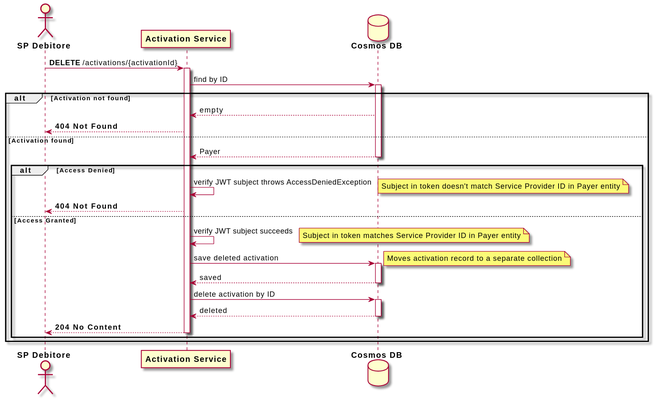
Before: diagrams/deactivation.svg, a diagram exported from PlantUML (pagopa/rtp-docs). The source it was exported from:
```plantuml
@startuml
skin rose
actor "**SP Debitore**" as SPD
participant "**Activation Service**" as AS
database "**Cosmos DB**" as DB

SPD -> AS++: **DELETE** /activations/{activationId}

AS -> DB: find by ID
activate DB

alt **Activation not found**
    DB --> AS: empty
    AS --> SPD: **404 Not Found**

else **Activation found**
    DB --> AS: Payer
    deactivate DB

    alt **Access Denied**
        AS -> AS: verify JWT subject throws AccessDeniedException
        note right: Subject in token doesn't match Service Provider ID in Payer entity
        AS --> SPD: **404 Not Found**

    else **Access Granted**
        AS -> AS: verify JWT subject succeeds
        note right: Subject in token matches Service Provider ID in Payer entity

        AS -> DB++: save deleted activation
        note right: Moves activation record to a separate collection

        return saved

        AS -> DB++: delete activation by ID
        return deleted

        AS --> SPD: **204 No Content**
        deactivate AS
    end
end
@enduml
```
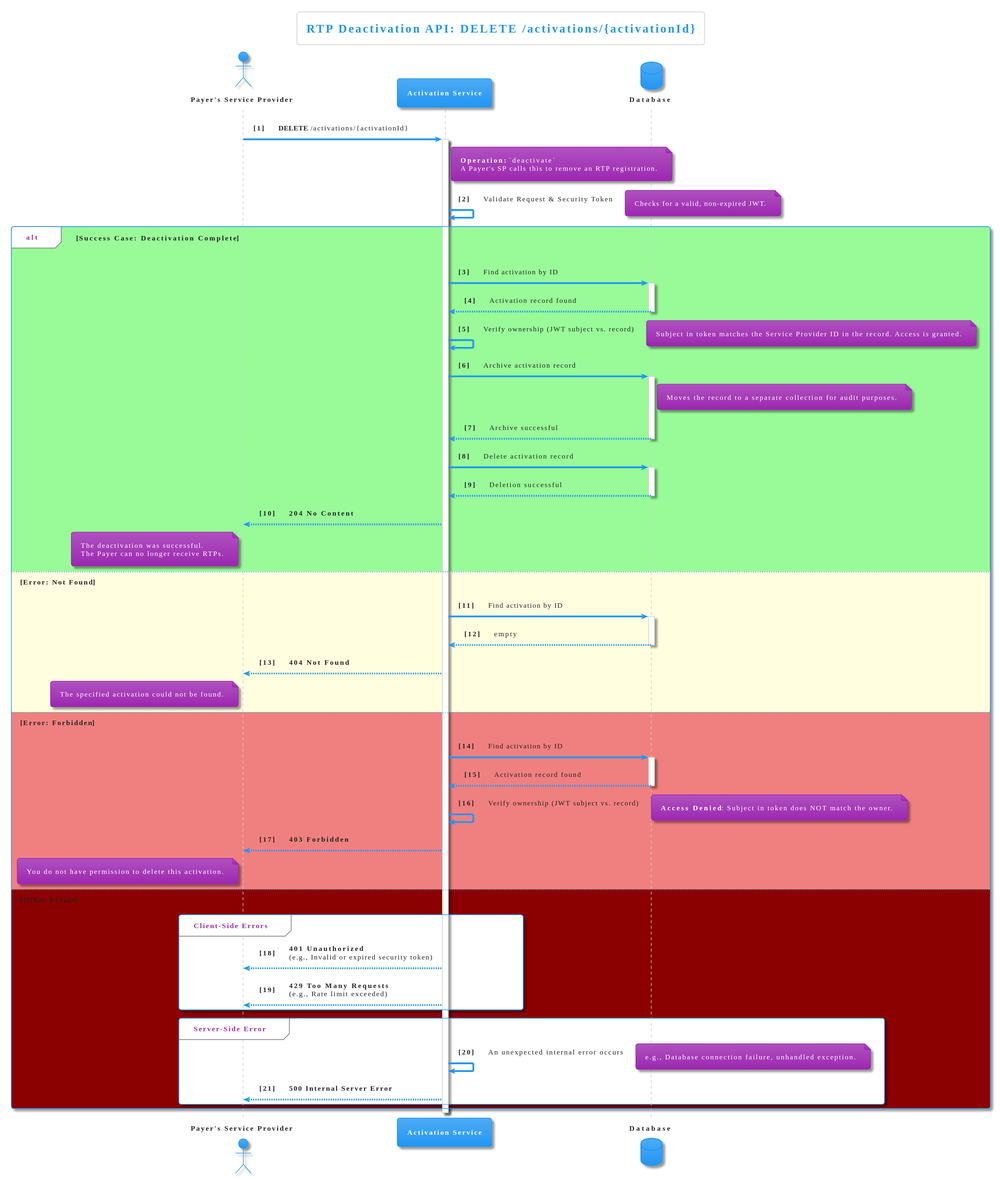
After the change.

Diff of the diagram source:
```diff
@@ -1,41 +1,90 @@
 @startuml
-skin rose
-actor "**SP Debitore**" as SPD
+
+!theme materia
+
+title RTP Deactivation API: DELETE /activations/{activationId}
+
+actor "**Payer's Service Provider**" as PSP
 participant "**Activation Service**" as AS
-database "**Cosmos DB**" as DB
+database "**Database**" as DB
 
-SPD -> AS++: **DELETE** /activations/{activationId}
+autonumber "<b>[0]"
 
-AS -> DB: find by ID
-activate DB
+PSP -> AS: **DELETE** /activations/{activationId}
+activate AS
 
-alt **Activation not found**
-    DB --> AS: empty
-    AS --> SPD: **404 Not Found**
+note right of AS
+  **Operation:** `deactivate`
+  A Payer's SP calls this to remove an RTP registration.
+end note
 
-else **Activation found**
-    DB --> AS: Payer
+AS -> AS: Validate Request & Security Token
+note right: Checks for a valid, non-expired JWT.
+
+alt #palegreen **Success Case: Deactivation Complete**
+
+    AS -> DB: Find activation by ID
+    activate DB
+    DB --> AS: Activation record found
     deactivate DB
 
-    alt **Access Denied**
-        AS -> AS: verify JWT subject throws AccessDeniedException
-        note right: Subject in token doesn't match Service Provider ID in Payer entity
-        AS --> SPD: **404 Not Found**
+    AS -> AS: Verify ownership (JWT subject vs. record)
+    note right: Subject in token matches the Service Provider ID in the record. Access is granted.
 
-    else **Access Granted**
-        AS -> AS: verify JWT subject succeeds
-        note right: Subject in token matches Service Provider ID in Payer entity
+    AS -> DB: Archive activation record
+    activate DB
+    note right of DB: Moves the record to a separate collection for audit purposes.
+    DB --> AS: Archive successful
+    deactivate DB
 
-        AS -> DB++: save deleted activation
-        note right: Moves activation record to a separate collection
+    AS -> DB: Delete activation record
+    activate DB
+    DB --> AS: Deletion successful
+    deactivate DB
 
-        return saved
+    AS --> PSP: **204 No Content**
+    note left of PSP
+        The deactivation was successful.
+        The Payer can no longer receive RTPs.
+    end note
 
-        AS -> DB++: delete activation by ID
-        return deleted
+else #lightyellow **Error: Not Found**
 
-        AS --> SPD: **204 No Content**
-        deactivate AS
-    end
+    AS -> DB: Find activation by ID
+    activate DB
+    DB --> AS: empty
+    deactivate DB
+
+    AS --> PSP: **404 Not Found**
+    note left of PSP: The specified activation could not be found.
+
+else #lightcoral **Error: Forbidden**
+
+    AS -> DB: Find activation by ID
+    activate DB
+    DB --> AS: Activation record found
+    deactivate DB
+
+    AS -> AS: Verify ownership (JWT subject vs. record)
+    note right: **Access Denied**: Subject in token does NOT match the owner.
+
+    AS --> PSP: **403 Forbidden**
+    note left of PSP: You do not have permission to delete this activation.
+
+else #darkred **Other Errors**
+
+    group Client-Side Errors
+        AS --> PSP: **401 Unauthorized**\n(e.g., Invalid or expired security token)
+        AS --> PSP: **429 Too Many Requests**\n(e.g., Rate limit exceeded)
+    end group
+
+    group Server-Side Error
+        AS -> AS: An unexpected internal error occurs
+        note right: e.g., Database connection failure, unhandled exception.
+        AS --> PSP: **500 Internal Server Error**
+    end group
+
 end
+
+deactivate AS
 @enduml
```
